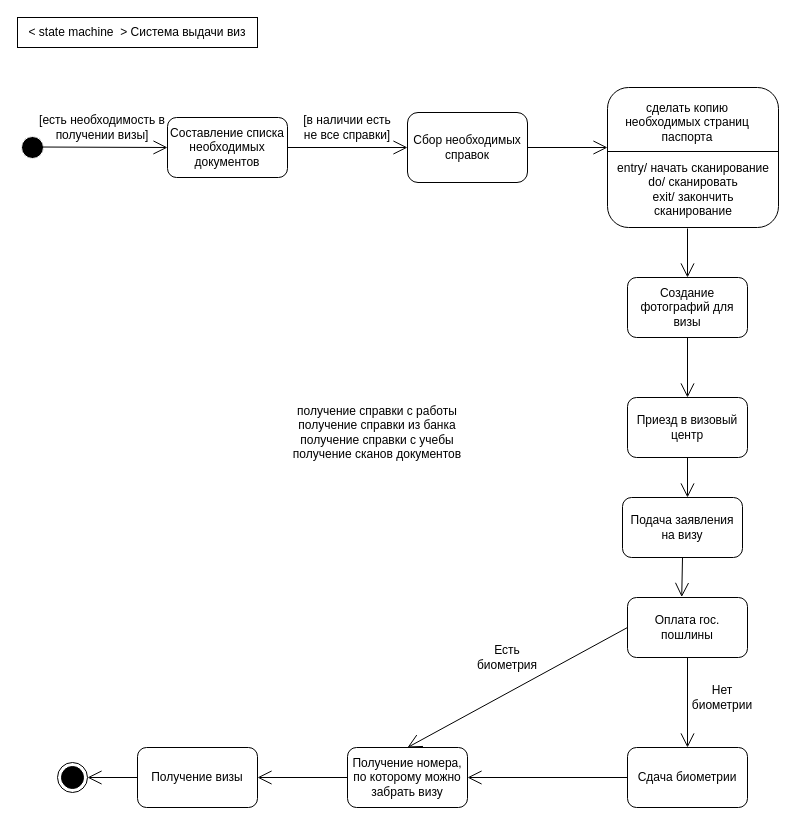
This is LR3/automat_diagram.drawio from f0rsunka/UML, a draw.io file, before an edit. Source tidied: cells renumbered, new cells numbered last; positions are measured from the earlier drawing's top-left corner, leaving out a move shared by most shapes. Both pictures are drawn from the tidied source at 100%, with x=0, y=0 at pixel (17, 17).
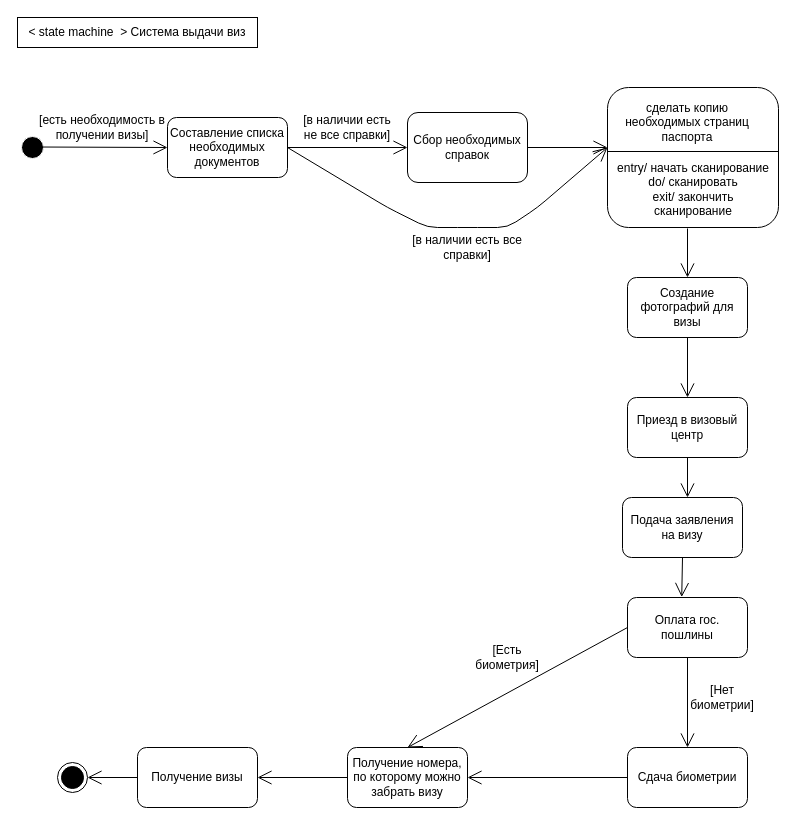
The same diagram, later.

Unchanged cells that the change refers to:
```xml
<mxCell id="34" value="Составление списка необходимых документов" style="rounded=1;whiteSpace=wrap;html=1;strokeColor=#000000;" parent="1" vertex="1">
  <mxGeometry x="150" y="100" width="120" height="60" as="geometry" />
</mxCell>
```

Change to the diagram source:
```diff
@@
-    <mxCell id="6" value="получение справки с работы&lt;br&gt;получение справки из банка&lt;br&gt;получение справки с учебы&lt;br&gt;получение сканов документов&lt;br&gt;" style="text;html=1;strokeColor=none;fillColor=none;align=center;verticalAlign=middle;whiteSpace=wrap;rounded=0;" parent="1" vertex="1">
-      <mxGeometry x="250" y="380" width="220" height="70" as="geometry" />
-    </mxCell>
@@
-    <mxCell id="22" value="Нет биометрии" style="text;html=1;strokeColor=none;fillColor=none;align=center;verticalAlign=middle;whiteSpace=wrap;rounded=0;" parent="1" vertex="1">
+    <mxCell id="22" value="[Нет биометрии]" style="text;html=1;strokeColor=none;fillColor=none;align=center;verticalAlign=middle;whiteSpace=wrap;rounded=0;" parent="1" vertex="1">
       <mxGeometry x="685" y="670" width="40" height="20" as="geometry" />
     </mxCell>
-    <mxCell id="23" value="Есть биометрия" style="text;html=1;strokeColor=none;fillColor=none;align=center;verticalAlign=middle;whiteSpace=wrap;rounded=0;" parent="1" vertex="1">
+    <mxCell id="23" value="[Есть биометрия]" style="text;html=1;strokeColor=none;fillColor=none;align=center;verticalAlign=middle;whiteSpace=wrap;rounded=0;" parent="1" vertex="1">
       <mxGeometry x="470" y="630" width="40" height="20" as="geometry" />
     </mxCell>
@@
+    <mxCell id="36" style="endArrow=open;endFill=1;endSize=12;html=1;exitX=1;exitY=0.5;exitDx=0;exitDy=0;" parent="1" edge="1" source="34">
+      <mxGeometry relative="1" as="geometry">
+        <mxPoint x="590" y="130" as="targetPoint" />
+        <Array as="points">
+          <mxPoint x="370" y="190" />
+          <mxPoint x="410" y="210" />
+          <mxPoint x="450" y="210" />
+          <mxPoint x="490" y="210" />
+          <mxPoint x="520" y="190" />
+        </Array>
+      </mxGeometry>
+    </mxCell>
+    <mxCell id="37" value="[в наличии есть все справки]" style="text;html=1;strokeColor=none;fillColor=none;align=center;verticalAlign=middle;whiteSpace=wrap;rounded=0;" parent="1" vertex="1">
+      <mxGeometry x="385" y="220" width="130" height="20" as="geometry" />
+    </mxCell>
```
